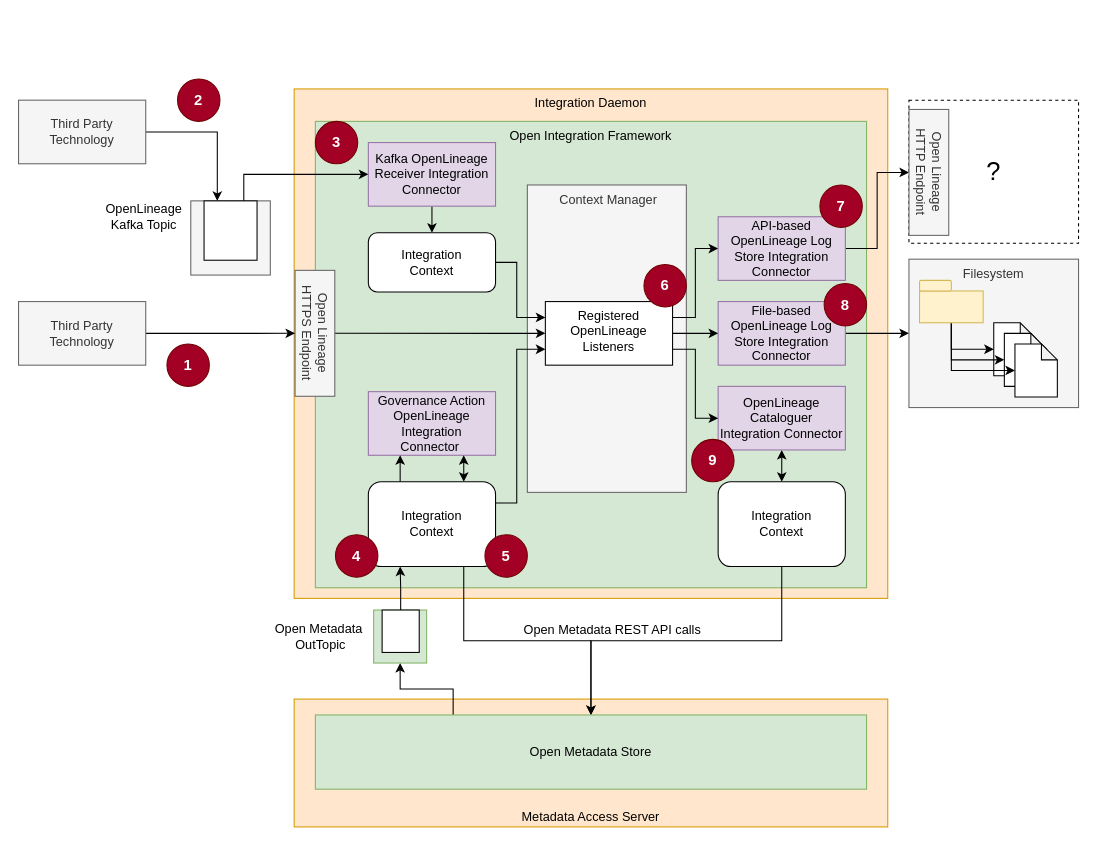
This is page "integration-connectors" (9 of 9) of site/docs/features/lineage-management/open-lineage.drawio from odpi/egeria-docs, a draw.io file, before an edit. Source tidied: cells renumbered, new cells numbered last; positions are measured from the earlier drawing's top-left corner, leaving out a move shared by most shapes. Both pictures are drawn from the tidied source at 106%, with x=0, y=0 at pixel (18, 78).
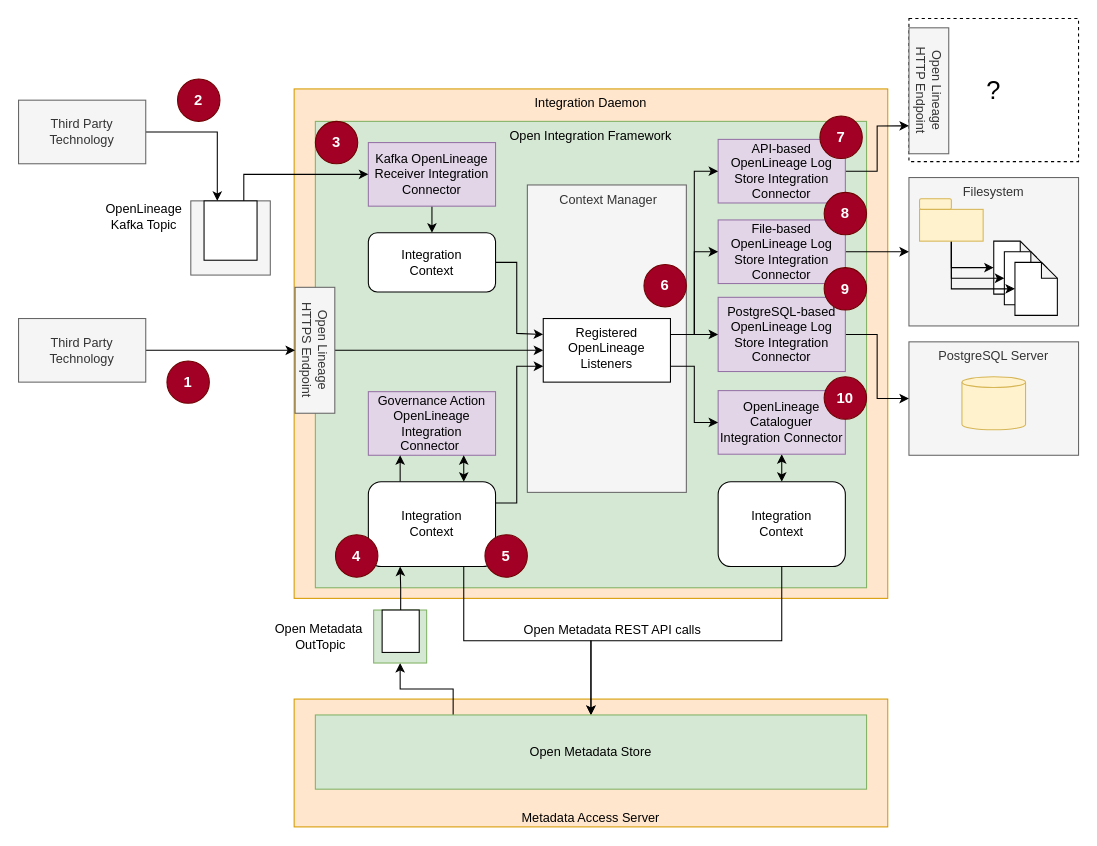
The same page after the edit.

Commit message (it also covers changes not shown here):
Mermaid and open lineage updates

The change refers to these unchanged cells:
```xml
<mxCell id="32" value="Integration&lt;div&gt;Context&lt;/div&gt;" style="rounded=1;whiteSpace=wrap;html=1;shadow=0;verticalAlign=middle;" parent="1" vertex="1">
  <mxGeometry x="330" y="380" width="120" height="80" as="geometry" />
</mxCell>
<mxCell id="34" value="Integration&lt;div&gt;Context&lt;/div&gt;" style="rounded=1;whiteSpace=wrap;html=1;shadow=0;verticalAlign=middle;rotation=0;" parent="1" vertex="1">
  <mxGeometry x="330" y="145" width="120" height="56" as="geometry" />
</mxCell>
```

What changed in the source:
```diff
@@
     <mxCell id="5" value="Filesystem" style="rounded=0;whiteSpace=wrap;html=1;shadow=0;verticalAlign=top;fillColor=#f5f5f5;strokeColor=#666666;fontColor=#333333;" parent="1" vertex="1">
-      <mxGeometry x="840" y="170" width="160" height="140" as="geometry" />
+      <mxGeometry x="840" y="93" width="160" height="140" as="geometry" />
     </mxCell>
@@
     <mxCell id="7" value="OpenLineage Cataloguer Integration Connector" style="rounded=0;whiteSpace=wrap;html=1;shadow=0;fillColor=#e1d5e7;strokeColor=#9673a6;" parent="1" vertex="1">
-      <mxGeometry x="660" y="290" width="120" height="60" as="geometry" />
+      <mxGeometry x="660" y="294" width="120" height="60" as="geometry" />
     </mxCell>
@@
     <mxCell id="9" value="File-based OpenLineage Log Store Integration Connector" style="rounded=0;whiteSpace=wrap;html=1;shadow=0;fillColor=#e1d5e7;strokeColor=#9673a6;" parent="1" vertex="1">
-      <mxGeometry x="660" y="210" width="120" height="60" as="geometry" />
+      <mxGeometry x="660" y="133" width="120" height="60" as="geometry" />
     </mxCell>
-    <mxCell id="10" style="edgeStyle=orthogonalEdgeStyle;rounded=0;sketch=0;jettySize=auto;html=1;entryX=0.5;entryY=1;entryDx=0;entryDy=0;shadow=0;" parent="1" edge="1" source="11" target="36">
-      <mxGeometry relative="1" as="geometry" />
+    <mxCell id="10" style="edgeStyle=orthogonalEdgeStyle;rounded=0;sketch=0;jettySize=auto;html=1;entryX=0;entryY=0.75;entryDx=0;entryDy=0;shadow=0;" parent="1" edge="1" source="11" target="35">
+      <mxGeometry x="0.32" relative="1" as="geometry" />
     </mxCell>
     <mxCell id="11" value="API-based OpenLineage Log Store Integration Connector" style="rounded=0;whiteSpace=wrap;html=1;shadow=0;fillColor=#e1d5e7;strokeColor=#9673a6;" parent="1" vertex="1">
-      <mxGeometry x="660" y="130" width="120" height="60" as="geometry" />
+      <mxGeometry x="660" y="57" width="120" height="60" as="geometry" />
     </mxCell>
     <mxCell id="12" style="shape=note;whiteSpace=wrap;html=1;backgroundOutline=1;darkOpacity=0.05;fontFamily=Helvetica;fontSize=24;fontColor=#000000;align=center;size=15;" parent="1" vertex="1">
-      <mxGeometry x="920" y="230" width="40" height="50" as="geometry" />
+      <mxGeometry x="920" y="153" width="40" height="50" as="geometry" />
     </mxCell>
     <mxCell id="13" style="shape=note;whiteSpace=wrap;html=1;backgroundOutline=1;darkOpacity=0.05;fontFamily=Helvetica;fontSize=24;fontColor=#000000;align=center;size=15;" parent="1" vertex="1">
-      <mxGeometry x="930" y="240" width="40" height="50" as="geometry" />
+      <mxGeometry x="930" y="163" width="40" height="50" as="geometry" />
     </mxCell>
     <mxCell id="14" style="shape=note;whiteSpace=wrap;html=1;backgroundOutline=1;darkOpacity=0.05;fontFamily=Helvetica;fontSize=24;fontColor=#000000;align=center;size=15;" parent="1" vertex="1">
-      <mxGeometry x="940" y="250" width="40" height="50" as="geometry" />
+      <mxGeometry x="940" y="173" width="40" height="50" as="geometry" />
     </mxCell>
@@
     <mxCell id="18" style="rounded=0;whiteSpace=wrap;html=1;shadow=0;fillColor=#fff2cc;strokeColor=#d6b656;" parent="1" vertex="1">
-      <mxGeometry x="850" y="200" width="60" height="30" as="geometry" />
+      <mxGeometry x="850" y="123" width="60" height="30" as="geometry" />
     </mxCell>
     <mxCell id="19" style="rounded=1;whiteSpace=wrap;html=1;shadow=0;fillColor=#fff2cc;strokeColor=#d6b656;" parent="1" vertex="1">
-      <mxGeometry x="850" y="190" width="30" height="10" as="geometry" />
+      <mxGeometry x="850" y="113" width="30" height="10" as="geometry" />
     </mxCell>
@@
-    <mxCell id="25" style="edgeStyle=orthogonalEdgeStyle;rounded=0;sketch=0;jettySize=auto;html=1;entryX=0;entryY=0.5;entryDx=0;entryDy=0;shadow=0;" parent="1" edge="1" source="27" target="9">
-      <mxGeometry relative="1" as="geometry" />
+    <mxCell id="25" style="edgeStyle=orthogonalEdgeStyle;rounded=0;sketch=0;jettySize=auto;html=1;entryX=0;entryY=0.5;entryDx=0;entryDy=0;shadow=0;exitX=1;exitY=0.25;exitDx=0;exitDy=0;" parent="1" edge="1" source="27" target="9">
+      <mxGeometry x="-0.15" relative="1" as="geometry" />
     </mxCell>
@@
     <mxCell id="27" value="Registered OpenLineage Listeners" style="rounded=0;whiteSpace=wrap;html=1;shadow=0;verticalAlign=top;" parent="1" vertex="1">
-      <mxGeometry x="497" y="210" width="120" height="60" as="geometry" />
+      <mxGeometry x="495" y="226" width="120" height="60" as="geometry" />
     </mxCell>
     <mxCell id="28" style="edgeStyle=orthogonalEdgeStyle;rounded=0;sketch=0;jettySize=auto;html=1;entryX=0;entryY=0.75;entryDx=0;entryDy=0;shadow=0;exitX=1;exitY=0.25;exitDx=0;exitDy=0;" parent="1" edge="1" source="32" target="27">
-      <mxGeometry relative="1" as="geometry">
+      <mxGeometry x="0.18" relative="1" as="geometry">
         <Array as="points">
           <mxPoint x="470" y="400" />
-          <mxPoint x="470" y="255" />
+          <mxPoint x="470" y="271" />
         </Array>
       </mxGeometry>
     </mxCell>
@@
     <mxCell id="33" style="edgeStyle=orthogonalEdgeStyle;rounded=0;sketch=0;jettySize=auto;html=1;entryX=0;entryY=0.25;entryDx=0;entryDy=0;shadow=0;exitX=1;exitY=0.5;exitDx=0;exitDy=0;" parent="1" edge="1" source="34" target="27">
-      <mxGeometry relative="1" as="geometry">
+      <mxGeometry x="0.02" relative="1" as="geometry">
         <Array as="points">
           <mxPoint x="470" y="173" />
-          <mxPoint x="470" y="225" />
+          <mxPoint x="470" y="240" />
         </Array>
       </mxGeometry>
     </mxCell>
@@
     <mxCell id="35" value="?" style="rounded=0;whiteSpace=wrap;html=1;fontFamily=Helvetica;fontSize=24;fontColor=#000000;align=center;dashed=1;" parent="1" vertex="1">
-      <mxGeometry x="840" y="20" width="160" height="135" as="geometry" />
+      <mxGeometry x="840" y="-57" width="160" height="135" as="geometry" />
     </mxCell>
     <mxCell id="36" value="Open Lineage&lt;br&gt;HTTP Endpoint" style="rounded=0;whiteSpace=wrap;html=1;fontFamily=Helvetica;fontSize=12;align=center;rotation=90;fillColor=#f5f5f5;strokeColor=#666666;fontColor=#333333;" parent="1" vertex="1">
-      <mxGeometry x="799.4" y="69.4" width="118.8" height="37.5" as="geometry" />
+      <mxGeometry x="799.4" y="-7.6" width="118.8" height="37.5" as="geometry" />
     </mxCell>
@@
     <mxCell id="52" value="Open Lineage&lt;br&gt;HTTPS Endpoint" style="rounded=0;whiteSpace=wrap;html=1;fontFamily=Helvetica;fontSize=12;align=center;rotation=90;fillColor=#f5f5f5;strokeColor=#666666;fontColor=#333333;" parent="1" vertex="1">
-      <mxGeometry x="220.2" y="221.2" width="118.8" height="37.5" as="geometry" />
+      <mxGeometry x="220.2" y="237.2" width="118.8" height="37.5" as="geometry" />
     </mxCell>
@@
     <mxCell id="54" value="Third Party Technology" style="rounded=0;whiteSpace=wrap;html=1;shadow=0;verticalAlign=middle;fillColor=#f5f5f5;strokeColor=#666666;fontColor=#333333;" parent="1" vertex="1">
-      <mxGeometry y="210" width="120" height="60" as="geometry" />
+      <mxGeometry y="226" width="120" height="60" as="geometry" />
     </mxCell>
@@
-    <mxCell id="57" value="9" style="ellipse;whiteSpace=wrap;html=1;shadow=0;verticalAlign=middle;fontSize=14;fontStyle=1;fillColor=#a20025;strokeColor=#6F0000;fontColor=#ffffff;" parent="1" vertex="1">
-      <mxGeometry x="635" y="340" width="40" height="40" as="geometry" />
+    <mxCell id="57" value="10" style="ellipse;whiteSpace=wrap;html=1;shadow=0;verticalAlign=middle;fontSize=14;fontStyle=1;fillColor=#a20025;strokeColor=#6F0000;fontColor=#ffffff;" parent="1" vertex="1">
+      <mxGeometry x="760" y="281" width="40" height="40" as="geometry" />
     </mxCell>
     <mxCell id="58" value="8" style="ellipse;whiteSpace=wrap;html=1;shadow=0;verticalAlign=middle;fontSize=14;fontStyle=1;fillColor=#a20025;strokeColor=#6F0000;fontColor=#ffffff;" parent="1" vertex="1">
-      <mxGeometry x="760" y="193" width="40" height="40" as="geometry" />
+      <mxGeometry x="760" y="107" width="40" height="40" as="geometry" />
     </mxCell>
     <mxCell id="59" value="7" style="ellipse;whiteSpace=wrap;html=1;shadow=0;verticalAlign=middle;fontSize=14;fontStyle=1;fillColor=#a20025;strokeColor=#6F0000;fontColor=#ffffff;" parent="1" vertex="1">
-      <mxGeometry x="756" y="100" width="40" height="40" as="geometry" />
+      <mxGeometry x="756" y="35" width="40" height="40" as="geometry" />
     </mxCell>
@@
     <mxCell id="65" value="1" style="ellipse;whiteSpace=wrap;html=1;shadow=0;verticalAlign=middle;fontSize=14;fontStyle=1;fillColor=#a20025;strokeColor=#6F0000;fontColor=#ffffff;" parent="1" vertex="1">
-      <mxGeometry x="140" y="250" width="40" height="40" as="geometry" />
+      <mxGeometry x="140" y="266" width="40" height="40" as="geometry" />
     </mxCell>
+    <mxCell id="66" value="PostgreSQL Server" style="rounded=0;whiteSpace=wrap;html=1;shadow=0;verticalAlign=top;fillColor=#f5f5f5;strokeColor=#666666;fontColor=#333333;" parent="1" vertex="1">
+      <mxGeometry x="840" y="248" width="160" height="107" as="geometry" />
+    </mxCell>
+    <mxCell id="67" style="edgeStyle=orthogonalEdgeStyle;rounded=0;sketch=0;jettySize=auto;html=1;shadow=0;" parent="1" edge="1" source="68" target="66">
+      <mxGeometry relative="1" as="geometry" />
+    </mxCell>
+    <mxCell id="68" value="PostgreSQL-based OpenLineage Log Store Integration Connector" style="rounded=0;whiteSpace=wrap;html=1;shadow=0;fillColor=#e1d5e7;strokeColor=#9673a6;" parent="1" vertex="1">
+      <mxGeometry x="660" y="206" width="120" height="70" as="geometry" />
+    </mxCell>
+    <mxCell id="69" style="edgeStyle=orthogonalEdgeStyle;rounded=0;sketch=0;jettySize=auto;html=1;entryX=0;entryY=0.5;entryDx=0;entryDy=0;shadow=0;exitX=1;exitY=0.25;exitDx=0;exitDy=0;" parent="1" edge="1" source="27" target="68">
+      <mxGeometry relative="1" as="geometry" />
+    </mxCell>
+    <mxCell id="70" value="9" style="ellipse;whiteSpace=wrap;html=1;shadow=0;verticalAlign=middle;fontSize=14;fontStyle=1;fillColor=#a20025;strokeColor=#6F0000;fontColor=#ffffff;" parent="1" vertex="1">
+      <mxGeometry x="760" y="178" width="40" height="40" as="geometry" />
+    </mxCell>
+    <mxCell id="71" style="shape=cylinder3;whiteSpace=wrap;html=1;boundedLbl=1;backgroundOutline=1;size=5;fillColor=#fff2cc;strokeColor=#d6b656;" parent="1" vertex="1">
+      <mxGeometry x="890" y="281" width="60" height="50" as="geometry" />
+    </mxCell>
```
